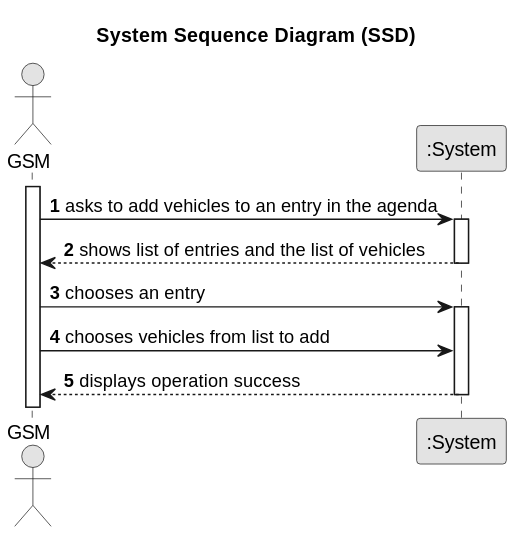
Above: docs/sprintC/us026/01.requirements-engineering/svg/us026-system-sequence-diagram-System Sequence Diagram (SSD).svg in Departamento-de-Engenharia-Informatica/lei-24-s2-1do-g164 (PlantUML), before the change.
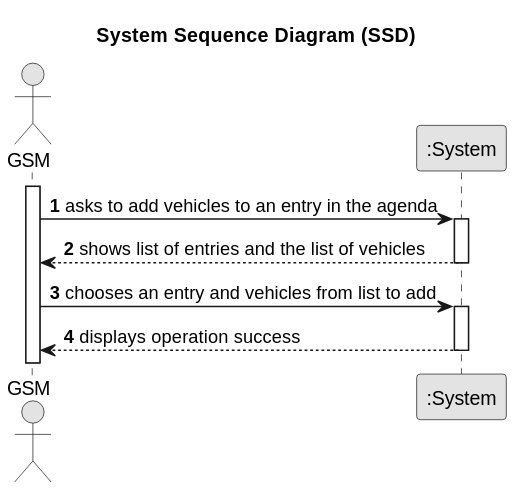
The same file after the commit.

What changed in the source:
```diff
@@ -18,10 +18,10 @@
         System --> Employee :shows list of entries and the list of vehicles
     deactivate System
 
-     Employee -> System : chooses an entry
+     Employee -> System : chooses an entry and vehicles from list to add
         activate System
 
-         Employee -> System : chooses vehicles from list to add
+
 
             System --> Employee : displays operation success
                 deactivate System
```
